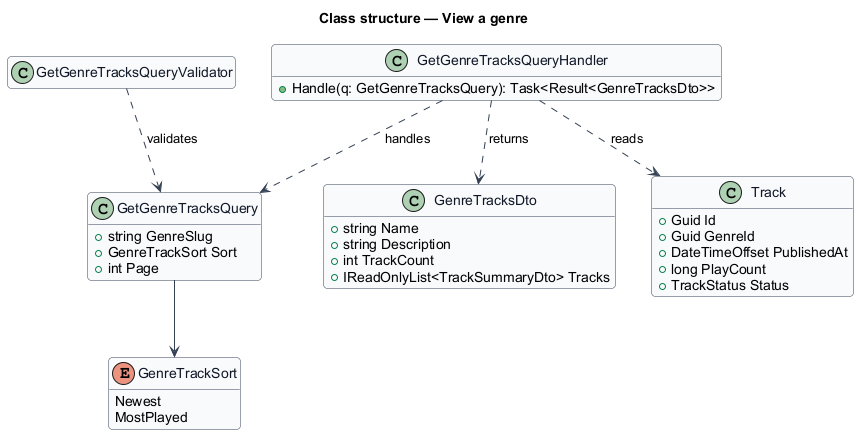
Earlier version of the PlantUML export docs/detailed-designs/discovery/view-genre/diagrams/class-structure.png (QuinntyneBrown/hummi).
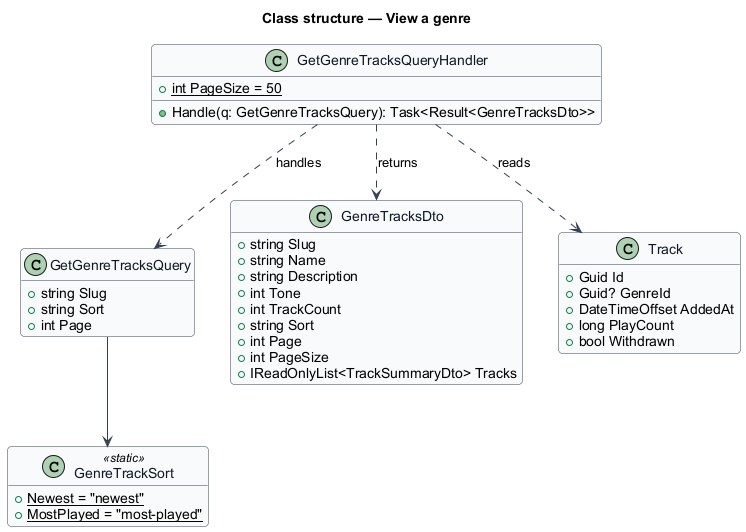
The same diagram one commit later.

The edit, as a diff of the source:
```diff
@@ -12,34 +12,38 @@
 hide empty members
 title Class structure — View a genre
 
-enum GenreTrackSort {
-  Newest
-  MostPlayed
+class GenreTrackSort <<static>> {
+  +{static} Newest = "newest"
+  +{static} MostPlayed = "most-played"
 }
 class GetGenreTracksQuery {
-  +string GenreSlug
-  +GenreTrackSort Sort
+  +string Slug
+  +string Sort
   +int Page
 }
-class GetGenreTracksQueryValidator
 class GetGenreTracksQueryHandler {
+  +{static} int PageSize = 50
   +Handle(q: GetGenreTracksQuery): Task<Result<GenreTracksDto>>
 }
 class GenreTracksDto {
+  +string Slug
   +string Name
   +string Description
+  +int Tone
   +int TrackCount
+  +string Sort
+  +int Page
+  +int PageSize
   +IReadOnlyList<TrackSummaryDto> Tracks
 }
 class Track {
   +Guid Id
-  +Guid GenreId
-  +DateTimeOffset PublishedAt
+  +Guid? GenreId
+  +DateTimeOffset AddedAt
   +long PlayCount
-  +TrackStatus Status
+  +bool Withdrawn
 }
 GetGenreTracksQuery --> GenreTrackSort
-GetGenreTracksQueryValidator ..> GetGenreTracksQuery : validates
 GetGenreTracksQueryHandler ..> GetGenreTracksQuery : handles
 GetGenreTracksQueryHandler ..> Track : reads
 GetGenreTracksQueryHandler ..> GenreTracksDto : returns
```
